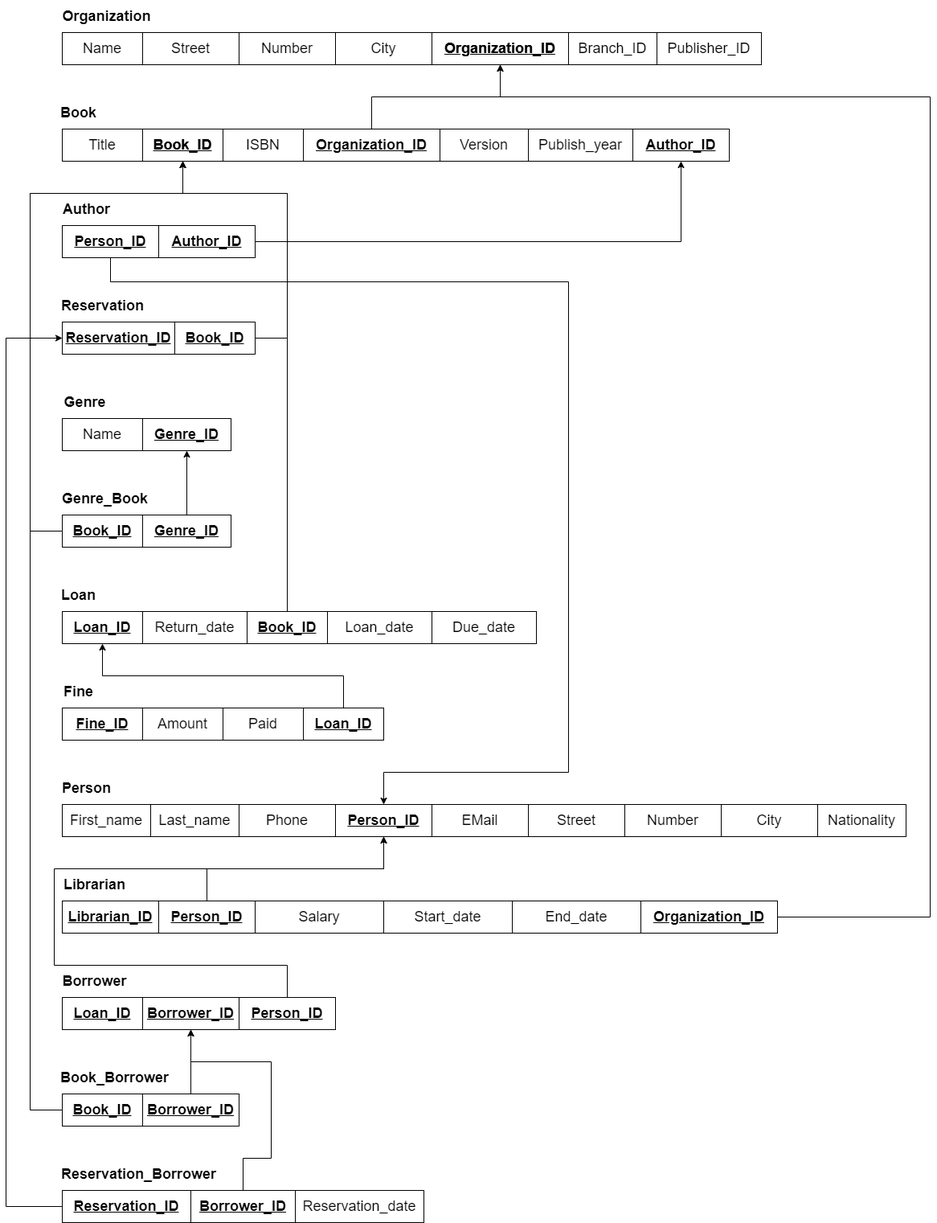
YouAndMEME/sose23-database keeps this draw.io diagram as Relational_Model/Relational Model - 3NF.png. Above is the earlier version. Source tidied: cells renumbered, new cells last; positions are measured from the earlier drawing's top-left corner, leaving out a move shared by most shapes.
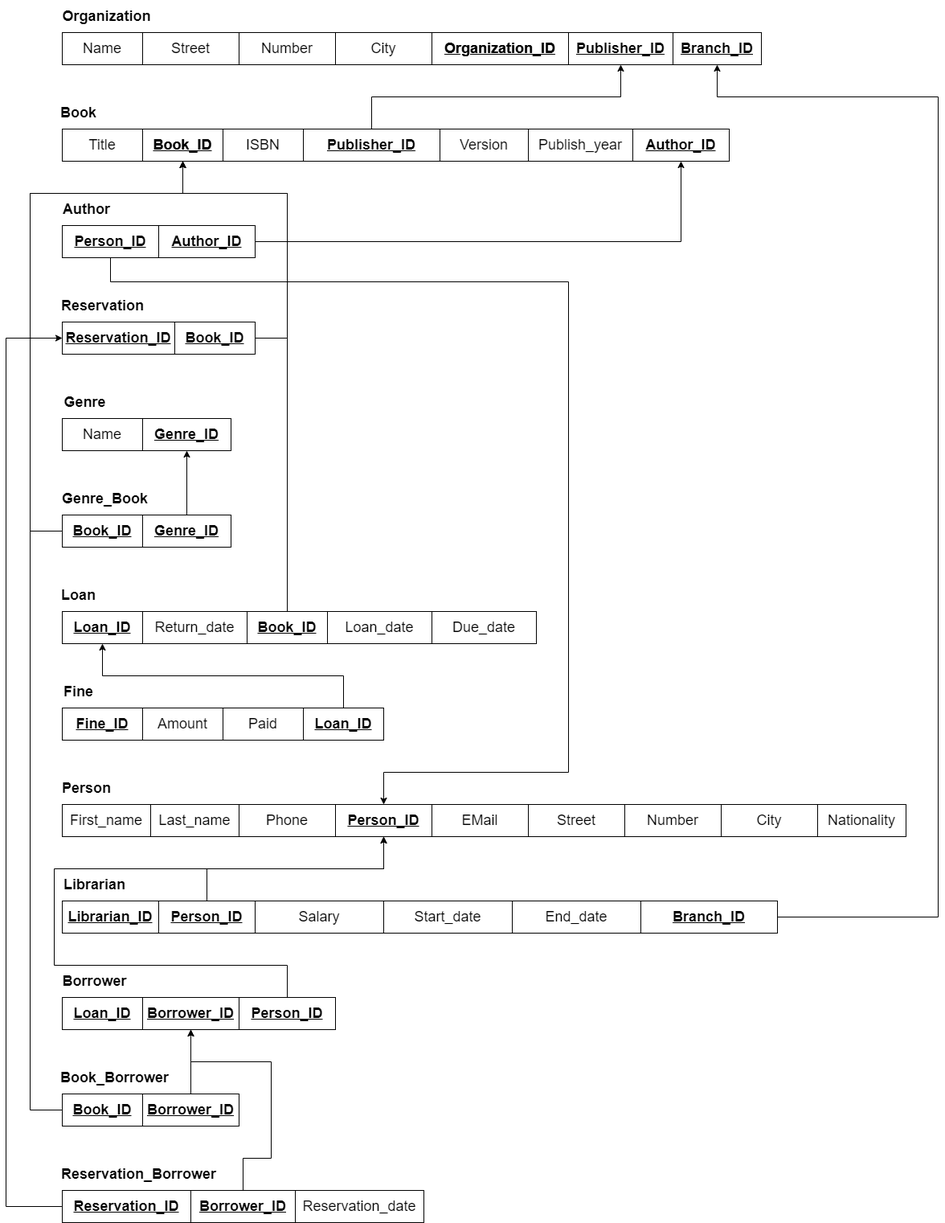
Above is the later version.

Commit message:
Updated Relational Model

Diff of the diagram source:
```diff
@@ -47,11 +47,11 @@
     <mxCell id="16" value="&lt;b&gt;Organization_ID&lt;/b&gt;" style="whiteSpace=wrap;html=1;align=center;strokeColor=default;fontSize=18;fillColor=none;" parent="1" vertex="1">
       <mxGeometry x="530" y="40" width="170" height="40" as="geometry" />
     </mxCell>
-    <mxCell id="17" value="Branch_ID" style="whiteSpace=wrap;html=1;align=center;strokeColor=default;fontSize=18;fillColor=none;" parent="1" vertex="1">
-      <mxGeometry x="700" y="40" width="110" height="40" as="geometry" />
+    <mxCell id="17" value="&lt;b&gt;&lt;u&gt;Branch_ID&lt;/u&gt;&lt;/b&gt;" style="whiteSpace=wrap;html=1;align=center;strokeColor=default;fontSize=18;fillColor=none;" parent="1" vertex="1">
+      <mxGeometry x="830" y="40" width="110" height="40" as="geometry" />
     </mxCell>
-    <mxCell id="18" value="Publisher_ID" style="whiteSpace=wrap;html=1;align=center;strokeColor=default;fontSize=18;fillColor=none;" parent="1" vertex="1">
-      <mxGeometry x="810" y="40" width="130" height="40" as="geometry" />
+    <mxCell id="18" value="&lt;b&gt;&lt;u&gt;Publisher_ID&lt;/u&gt;&lt;/b&gt;" style="whiteSpace=wrap;html=1;align=center;strokeColor=default;fontSize=18;fillColor=none;" parent="1" vertex="1">
+      <mxGeometry x="700" y="40" width="130" height="40" as="geometry" />
     </mxCell>
     <mxCell id="19" value="Book_ID" style="whiteSpace=wrap;html=1;align=center;strokeColor=default;fontSize=18;fillColor=none;fontStyle=1;" parent="1" vertex="1">
       <mxGeometry x="170" y="160" width="100" height="40" as="geometry" />
@@ -77,10 +77,15 @@
     <mxCell id="24" value="Book_ID" style="whiteSpace=wrap;html=1;align=center;strokeColor=default;fontSize=18;fillColor=none;fontStyle=5;" parent="1" vertex="1">
       <mxGeometry x="210" y="400" width="100" height="40" as="geometry" />
     </mxCell>
-    <mxCell id="25" style="edgeStyle=orthogonalEdgeStyle;rounded=0;jettySize=auto;html=1;entryX=0.5;entryY=1;entryDx=0;entryDy=0;fontSize=18;" parent="1" edge="1" source="26" target="21">
-      <mxGeometry relative="1" as="geometry" />
-    </mxCell>
+    <mxCell id="86" style="edgeStyle=orthogonalEdgeStyle;rounded=0;jettySize=auto;html=1;entryX=0.5;entryY=1;entryDx=0;entryDy=0;" parent="1" edge="1" source="26" target="18">
+      <mxGeometry relative="1" as="geometry">
+        <Array as="points">
+          <mxPoint x="455" y="120" />
+          <mxPoint x="765" y="120" />
+        </Array>
+      </mxGeometry>
+    </mxCell>
-    <mxCell id="26" value="&lt;b&gt;Organization_ID&lt;/b&gt;" style="whiteSpace=wrap;html=1;align=center;strokeColor=default;fontSize=18;fillColor=none;fontStyle=4;" parent="1" vertex="1">
+    <mxCell id="26" value="&lt;b&gt;&lt;u&gt;Publisher_ID&lt;/u&gt;&lt;/b&gt;" style="whiteSpace=wrap;html=1;align=center;strokeColor=default;fontSize=18;fillColor=none;fontStyle=4;" parent="1" vertex="1">
       <mxGeometry x="370" y="160" width="170" height="40" as="geometry" />
     </mxCell>
     <mxCell id="27" value="Version" style="whiteSpace=wrap;html=1;align=center;strokeColor=default;fontSize=18;fillColor=none;" parent="1" vertex="1">
@@ -216,16 +221,16 @@
     <mxCell id="57" value="Reservation_date" style="whiteSpace=wrap;html=1;align=center;strokeColor=default;fontSize=18;fillColor=none;" parent="1" vertex="1">
       <mxGeometry x="360" y="1480" width="160" height="40" as="geometry" />
     </mxCell>
-    <mxCell id="58" style="edgeStyle=orthogonalEdgeStyle;rounded=0;jettySize=auto;html=1;entryX=0.5;entryY=1;entryDx=0;entryDy=0;fontSize=18;" parent="1" edge="1" source="59" target="21">
-      <mxGeometry relative="1" as="geometry">
-        <Array as="points">
-          <mxPoint x="1150" y="1140" />
-          <mxPoint x="1150" y="120" />
-          <mxPoint x="615" y="120" />
-        </Array>
-      </mxGeometry>
-    </mxCell>
+    <mxCell id="87" style="edgeStyle=orthogonalEdgeStyle;rounded=0;jettySize=auto;html=1;entryX=0.5;entryY=1;entryDx=0;entryDy=0;" parent="1" edge="1" source="59" target="17">
+      <mxGeometry relative="1" as="geometry">
+        <Array as="points">
+          <mxPoint x="1160" y="1140" />
+          <mxPoint x="1160" y="120" />
+          <mxPoint x="885" y="120" />
+        </Array>
+      </mxGeometry>
+    </mxCell>
-    <mxCell id="59" value="&lt;b&gt;Organization_ID&lt;/b&gt;" style="whiteSpace=wrap;html=1;align=center;strokeColor=default;fontSize=18;fillColor=none;fontStyle=4;" parent="1" vertex="1">
+    <mxCell id="59" value="&lt;b&gt;&lt;u&gt;Branch_ID&lt;/u&gt;&lt;/b&gt;" style="whiteSpace=wrap;html=1;align=center;strokeColor=default;fontSize=18;fillColor=none;fontStyle=4;" parent="1" vertex="1">
       <mxGeometry x="790" y="1120" width="170" height="40" as="geometry" />
     </mxCell>
     <mxCell id="60" value="Street" style="whiteSpace=wrap;html=1;align=center;strokeColor=default;fontSize=18;fillColor=none;" parent="1" vertex="1">
```
